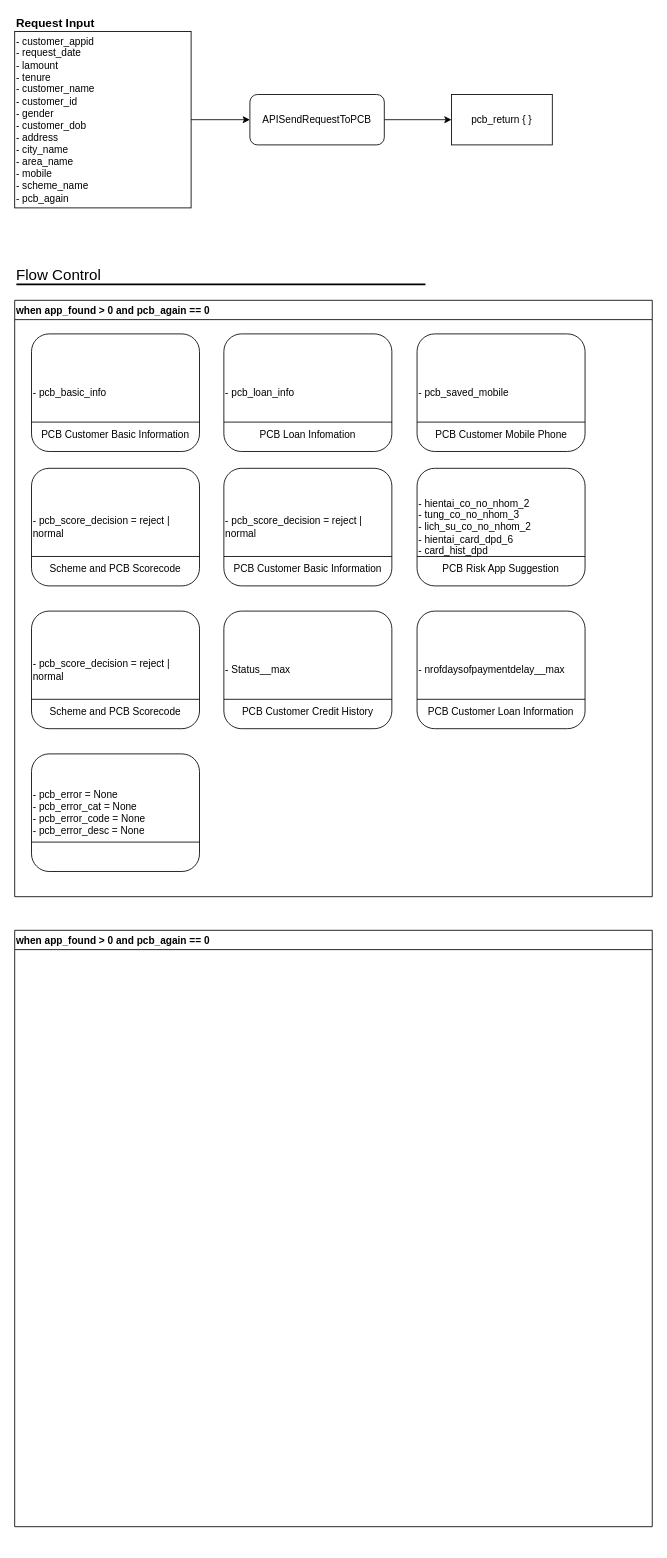
Earlier version of the draw.io diagram Untitled Diagram.drawio (ngotiendat-se/document). Source tidied: cells renumbered, new cells numbered last; positions are measured from the earlier drawing's top-left corner, leaving out a move shared by most shapes. Both pictures are drawn from the tidied source at 84%, with x=0, y=0 at pixel (14, 14).
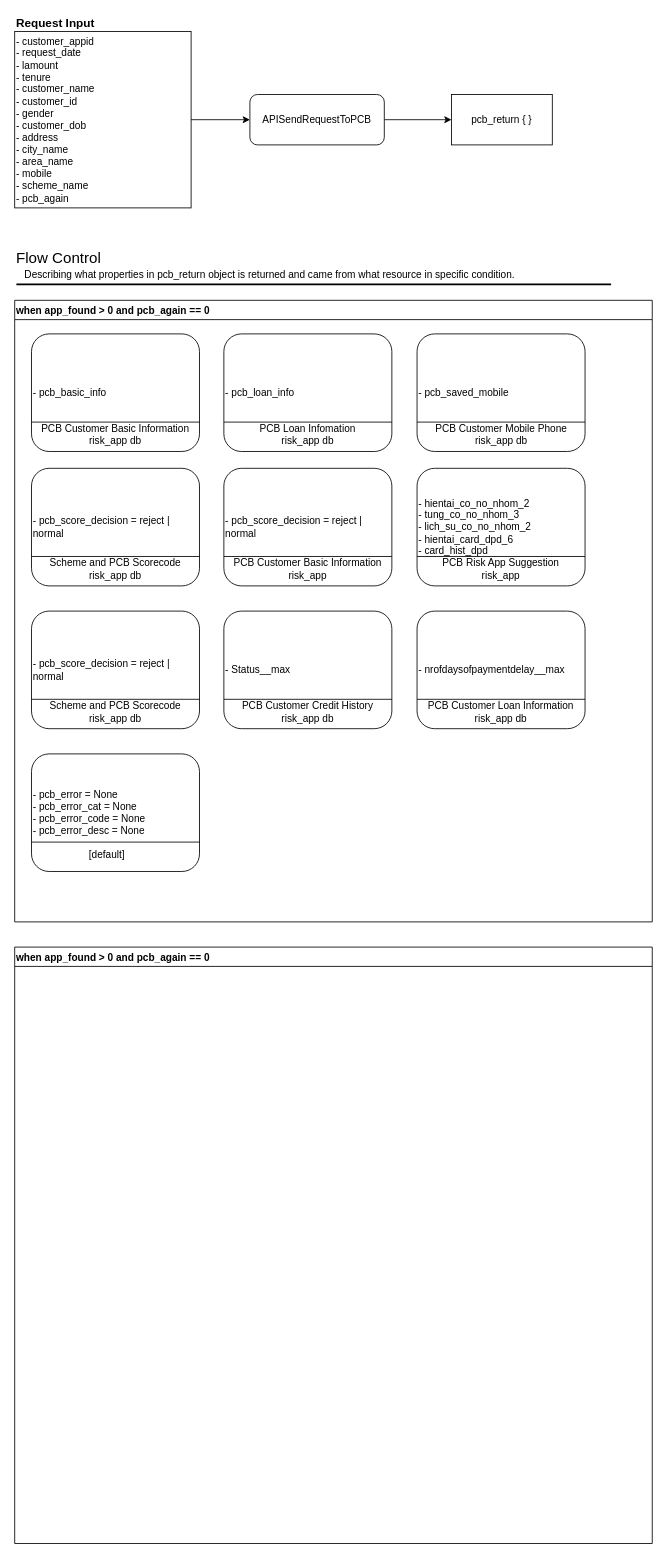
After the change.

The change refers to these unchanged cells:
```xml
<mxCell id="9" style="group;" parent="8" vertex="1">
  <mxGeometry x="20" y="40" width="280" height="140" as="geometry" />
</mxCell>
<mxCell id="13" style="group;" parent="8" vertex="1">
  <mxGeometry x="249" y="40" width="230" height="140" as="geometry" />
</mxCell>
<mxCell id="17" style="group;" parent="8" vertex="1">
  <mxGeometry x="479" y="40" width="230" height="140" as="geometry" />
</mxCell>
<mxCell id="21" style="group;" parent="8" vertex="1">
  <mxGeometry x="20" y="200" width="280" height="140" as="geometry" />
</mxCell>
<mxCell id="25" style="group;" parent="8" vertex="1">
  <mxGeometry x="249" y="200" width="280" height="140" as="geometry" />
</mxCell>
<mxCell id="29" style="group;" parent="8" vertex="1">
  <mxGeometry x="479" y="200" width="280" height="140" as="geometry" />
</mxCell>
<mxCell id="33" style="group;" parent="8" vertex="1">
  <mxGeometry x="20" y="370" width="280" height="140" as="geometry" />
</mxCell>
<mxCell id="37" style="group;" parent="8" vertex="1">
  <mxGeometry x="249" y="370" width="280" height="140" as="geometry" />
</mxCell>
<mxCell id="41" style="group;" parent="8" vertex="1">
  <mxGeometry x="479" y="370" width="280" height="140" as="geometry" />
</mxCell>
<mxCell id="45" style="group;" parent="8" vertex="1">
  <mxGeometry x="20" y="540" width="280" height="140" as="geometry" />
</mxCell>
```

What changed in the source:
```diff
@@
     <mxCell id="8" value="when app_found &gt; 0 and pcb_again == 0" style="swimlane;startSize=23;align=left;" parent="1" vertex="1">
-      <mxGeometry y="340" width="759" height="710" as="geometry" />
+      <mxGeometry y="340" width="759" height="740" as="geometry" />
     </mxCell>
@@
-    <mxCell id="12" value="PCB Customer Basic Information" style="text;html=1;strokeColor=none;fillColor=none;align=center;verticalAlign=middle;whiteSpace=wrap;rounded=0;" parent="9" vertex="1">
+    <mxCell id="12" value="PCB Customer Basic Information&lt;br&gt;risk_app db" style="text;html=1;strokeColor=none;fillColor=none;align=center;verticalAlign=middle;whiteSpace=wrap;rounded=0;" parent="9" vertex="1">
       <mxGeometry y="110" width="200" height="20" as="geometry" />
     </mxCell>
@@
-    <mxCell id="16" value="PCB Loan Infomation" style="text;html=1;strokeColor=none;fillColor=none;align=center;verticalAlign=middle;whiteSpace=wrap;rounded=0;" parent="13" vertex="1">
+    <mxCell id="16" value="PCB Loan Infomation&lt;br&gt;risk_app db" style="text;html=1;strokeColor=none;fillColor=none;align=center;verticalAlign=middle;whiteSpace=wrap;rounded=0;" parent="13" vertex="1">
       <mxGeometry x="25" y="110" width="150" height="20" as="geometry" />
     </mxCell>
@@
-    <mxCell id="20" value="PCB Customer Mobile Phone" style="text;html=1;strokeColor=none;fillColor=none;align=center;verticalAlign=middle;whiteSpace=wrap;rounded=0;" parent="17" vertex="1">
+    <mxCell id="20" value="PCB Customer Mobile Phone&lt;br&gt;risk_app db" style="text;html=1;strokeColor=none;fillColor=none;align=center;verticalAlign=middle;whiteSpace=wrap;rounded=0;" parent="17" vertex="1">
       <mxGeometry x="18" y="110" width="165" height="20" as="geometry" />
     </mxCell>
@@
-    <mxCell id="24" value="Scheme and PCB Scorecode" style="text;html=1;strokeColor=none;fillColor=none;align=center;verticalAlign=middle;whiteSpace=wrap;rounded=0;" parent="21" vertex="1">
+    <mxCell id="24" value="Scheme and PCB Scorecode&lt;br&gt;risk_app db" style="text;html=1;strokeColor=none;fillColor=none;align=center;verticalAlign=middle;whiteSpace=wrap;rounded=0;" parent="21" vertex="1">
       <mxGeometry y="110" width="200" height="20" as="geometry" />
     </mxCell>
@@
-    <mxCell id="28" value="PCB Customer Basic Information" style="text;html=1;strokeColor=none;fillColor=none;align=center;verticalAlign=middle;whiteSpace=wrap;rounded=0;" parent="25" vertex="1">
+    <mxCell id="28" value="PCB Customer Basic Information&lt;br&gt;risk_app" style="text;html=1;strokeColor=none;fillColor=none;align=center;verticalAlign=middle;whiteSpace=wrap;rounded=0;" parent="25" vertex="1">
       <mxGeometry y="110" width="200" height="20" as="geometry" />
     </mxCell>
@@
-    <mxCell id="32" value="PCB Risk App Suggestion" style="text;html=1;strokeColor=none;fillColor=none;align=center;verticalAlign=middle;whiteSpace=wrap;rounded=0;" parent="29" vertex="1">
+    <mxCell id="32" value="PCB Risk App Suggestion&lt;br&gt;risk_app" style="text;html=1;strokeColor=none;fillColor=none;align=center;verticalAlign=middle;whiteSpace=wrap;rounded=0;" parent="29" vertex="1">
       <mxGeometry y="110" width="200" height="20" as="geometry" />
     </mxCell>
@@
-    <mxCell id="36" value="Scheme and PCB Scorecode" style="text;html=1;strokeColor=none;fillColor=none;align=center;verticalAlign=middle;whiteSpace=wrap;rounded=0;" parent="33" vertex="1">
+    <mxCell id="36" value="Scheme and PCB Scorecode&lt;br&gt;risk_app db" style="text;html=1;strokeColor=none;fillColor=none;align=center;verticalAlign=middle;whiteSpace=wrap;rounded=0;" parent="33" vertex="1">
       <mxGeometry y="110" width="200" height="20" as="geometry" />
     </mxCell>
@@
-    <mxCell id="40" value="PCB Customer Credit History" style="text;html=1;strokeColor=none;fillColor=none;align=center;verticalAlign=middle;whiteSpace=wrap;rounded=0;" parent="37" vertex="1">
+    <mxCell id="40" value="PCB Customer Credit History&lt;br&gt;risk_app db" style="text;html=1;strokeColor=none;fillColor=none;align=center;verticalAlign=middle;whiteSpace=wrap;rounded=0;" parent="37" vertex="1">
       <mxGeometry y="110" width="200" height="20" as="geometry" />
     </mxCell>
@@
-    <mxCell id="44" value="PCB Customer Loan Information" style="text;html=1;strokeColor=none;fillColor=none;align=center;verticalAlign=middle;whiteSpace=wrap;rounded=0;" parent="41" vertex="1">
+    <mxCell id="44" value="PCB Customer Loan Information&lt;br&gt;risk_app db" style="text;html=1;strokeColor=none;fillColor=none;align=center;verticalAlign=middle;whiteSpace=wrap;rounded=0;" parent="41" vertex="1">
       <mxGeometry y="110" width="200" height="20" as="geometry" />
     </mxCell>
@@
+    <mxCell id="52" value="[default]" style="text;html=1;strokeColor=none;fillColor=none;align=center;verticalAlign=middle;whiteSpace=wrap;rounded=0;" parent="45" vertex="1">
+      <mxGeometry x="-10" y="110" width="200" height="20" as="geometry" />
+    </mxCell>
     <mxCell id="48" value="&lt;span style=&quot;font-size: 18px&quot;&gt;Flow Control&lt;/span&gt;" style="text;html=1;strokeColor=none;fillColor=none;align=left;verticalAlign=middle;whiteSpace=wrap;rounded=0;" parent="1" vertex="1">
-      <mxGeometry y="300" width="150" height="20" as="geometry" />
+      <mxGeometry y="280" width="150" height="20" as="geometry" />
     </mxCell>
     <mxCell id="49" style="line;strokeWidth=2;html=1;align=left;" parent="1" vertex="1">
-      <mxGeometry x="2" y="316" width="487" height="10" as="geometry" />
+      <mxGeometry x="2" y="316" width="708" height="10" as="geometry" />
     </mxCell>
@@
     <mxCell id="51" value="when app_found &gt; 0 and pcb_again == 0" style="swimlane;startSize=23;align=left;" parent="1" vertex="1">
-      <mxGeometry y="1090" width="759" height="710" as="geometry" />
+      <mxGeometry y="1110" width="759" height="710" as="geometry" />
     </mxCell>
+    <mxCell id="53" value="Describing what properties in pcb_return object is returned and came from what resource in specific condition." style="text;html=1;strokeColor=none;fillColor=none;align=left;verticalAlign=middle;whiteSpace=wrap;rounded=0;" parent="1" vertex="1">
+      <mxGeometry x="10" y="300" width="730" height="20" as="geometry" />
+    </mxCell>
```
